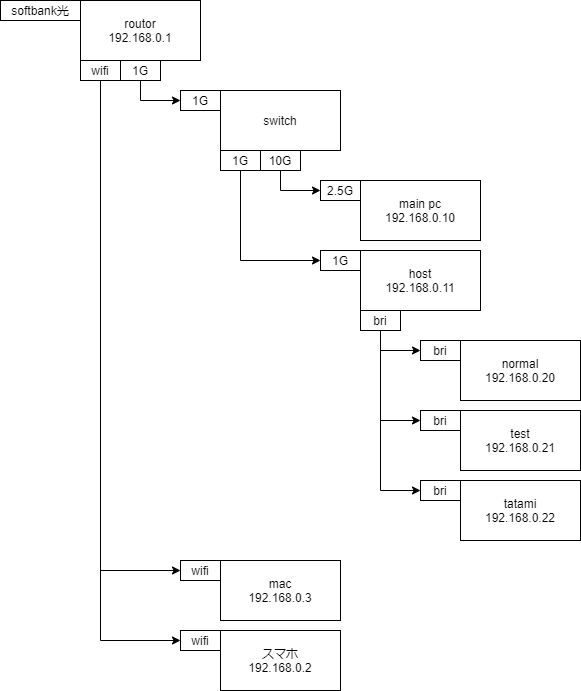
The draw.io diagram config/ipConfig.png in kigawa01/kigawa01, before a commit. Source tidied: cells renumbered, new cells last; positions are measured from the earlier drawing's top-left corner, leaving out a move shared by most shapes. Its diagram source:
```xml
<mxGraphModel>
  <root>
    <mxCell id="0" />
    <mxCell id="1" parent="0" />
    <mxCell id="2" style="edgeStyle=orthogonalEdgeStyle;rounded=0;jettySize=auto;html=1;exitX=0.5;exitY=1;exitDx=0;exitDy=0;entryX=0;entryY=0.5;entryDx=0;entryDy=0;" parent="1" edge="1" source="6" target="11">
      <mxGeometry relative="1" as="geometry" />
    </mxCell>
    <mxCell id="3" style="group;" parent="1" vertex="1">
      <mxGeometry x="80" width="120" height="80" as="geometry" />
    </mxCell>
    <mxCell id="4" value="routor&lt;br&gt;192.168.0.1" style="rounded=0;whiteSpace=wrap;html=1;" parent="3" vertex="1">
      <mxGeometry width="120" height="60" as="geometry" />
    </mxCell>
    <mxCell id="5" value="wifi" style="rounded=0;whiteSpace=wrap;html=1;" parent="3" vertex="1">
      <mxGeometry y="60" width="40" height="20" as="geometry" />
    </mxCell>
    <mxCell id="6" value="1G" style="rounded=0;whiteSpace=wrap;html=1;" parent="3" vertex="1">
      <mxGeometry x="40" y="60" width="40" height="20" as="geometry" />
    </mxCell>
    <mxCell id="7" style="edgeStyle=orthogonalEdgeStyle;rounded=0;jettySize=auto;html=1;exitX=0.5;exitY=1;exitDx=0;exitDy=0;entryX=0;entryY=0.5;entryDx=0;entryDy=0;" parent="1" edge="1" source="10" target="15">
      <mxGeometry relative="1" as="geometry" />
    </mxCell>
    <mxCell id="8" style="group;" parent="1" vertex="1">
      <mxGeometry x="180" y="90" width="160" height="80" as="geometry" />
    </mxCell>
    <mxCell id="9" value="1G" style="rounded=0;whiteSpace=wrap;html=1;" parent="8" vertex="1">
      <mxGeometry x="40" y="60" width="40" height="20" as="geometry" />
    </mxCell>
    <mxCell id="10" value="10G" style="rounded=0;whiteSpace=wrap;html=1;" parent="8" vertex="1">
      <mxGeometry x="80" y="60" width="40" height="20" as="geometry" />
    </mxCell>
    <mxCell id="11" value="1G" style="rounded=0;whiteSpace=wrap;html=1;" parent="8" vertex="1">
      <mxGeometry width="40" height="20" as="geometry" />
    </mxCell>
    <mxCell id="12" value="switch" style="rounded=0;whiteSpace=wrap;html=1;" parent="8" vertex="1">
      <mxGeometry x="40" width="120" height="60" as="geometry" />
    </mxCell>
    <mxCell id="13" style="group;" parent="1" vertex="1">
      <mxGeometry x="320" y="180" width="160" height="60" as="geometry" />
    </mxCell>
    <mxCell id="14" value="main pc&lt;br&gt;192.168.0.10" style="rounded=0;whiteSpace=wrap;html=1;" parent="13" vertex="1">
      <mxGeometry x="40" width="120" height="60" as="geometry" />
    </mxCell>
    <mxCell id="15" value="2.5G" style="rounded=0;whiteSpace=wrap;html=1;" parent="13" vertex="1">
      <mxGeometry width="40" height="20" as="geometry" />
    </mxCell>
    <mxCell id="16" style="edgeStyle=orthogonalEdgeStyle;rounded=0;jettySize=auto;html=1;exitX=0.5;exitY=1;exitDx=0;exitDy=0;entryX=0;entryY=0.5;entryDx=0;entryDy=0;" parent="1" edge="1" source="9" target="28">
      <mxGeometry relative="1" as="geometry" />
    </mxCell>
    <mxCell id="17" style="group;" parent="1" vertex="1">
      <mxGeometry x="180" y="560" width="160" height="60" as="geometry" />
    </mxCell>
    <mxCell id="18" value="mac&lt;br&gt;192.168.0.3" style="rounded=0;whiteSpace=wrap;html=1;" parent="17" vertex="1">
      <mxGeometry x="40" width="120" height="60" as="geometry" />
    </mxCell>
    <mxCell id="19" value="wifi" style="rounded=0;whiteSpace=wrap;html=1;" parent="17" vertex="1">
      <mxGeometry width="40" height="20" as="geometry" />
    </mxCell>
    <mxCell id="20" style="edgeStyle=orthogonalEdgeStyle;rounded=0;jettySize=auto;html=1;exitX=0.5;exitY=1;exitDx=0;exitDy=0;entryX=0;entryY=0.5;entryDx=0;entryDy=0;" parent="1" edge="1" source="5" target="19">
      <mxGeometry relative="1" as="geometry" />
    </mxCell>
    <mxCell id="21" style="group;" parent="1" vertex="1">
      <mxGeometry x="180" y="630" width="160" height="60" as="geometry" />
    </mxCell>
    <mxCell id="22" value="スマホ&lt;br&gt;192.168.0.2" style="rounded=0;whiteSpace=wrap;html=1;" parent="21" vertex="1">
      <mxGeometry x="40" width="120" height="60" as="geometry" />
    </mxCell>
    <mxCell id="23" value="wifi" style="rounded=0;whiteSpace=wrap;html=1;" parent="21" vertex="1">
      <mxGeometry width="40" height="20" as="geometry" />
    </mxCell>
    <mxCell id="24" style="edgeStyle=orthogonalEdgeStyle;rounded=0;jettySize=auto;html=1;exitX=0.5;exitY=1;exitDx=0;exitDy=0;entryX=0;entryY=0.5;entryDx=0;entryDy=0;" parent="1" edge="1" source="5" target="23">
      <mxGeometry relative="1" as="geometry" />
    </mxCell>
    <mxCell id="25" style="group;" parent="1" vertex="1">
      <mxGeometry x="320" y="250" width="160" height="80" as="geometry" />
    </mxCell>
    <mxCell id="26" style="group;" parent="25" vertex="1">
      <mxGeometry width="160" height="60" as="geometry" />
    </mxCell>
    <mxCell id="27" value="host&lt;br&gt;192.168.0.11" style="rounded=0;whiteSpace=wrap;html=1;" parent="26" vertex="1">
      <mxGeometry x="40" width="120" height="60" as="geometry" />
    </mxCell>
    <mxCell id="28" value="1G" style="rounded=0;whiteSpace=wrap;html=1;" parent="26" vertex="1">
      <mxGeometry width="40" height="20" as="geometry" />
    </mxCell>
    <mxCell id="29" value="bri" style="rounded=0;whiteSpace=wrap;html=1;" parent="25" vertex="1">
      <mxGeometry x="40" y="60" width="40" height="20" as="geometry" />
    </mxCell>
    <mxCell id="30" style="group;" parent="1" vertex="1">
      <mxGeometry x="420" y="340" width="160" height="60" as="geometry" />
    </mxCell>
    <mxCell id="31" value="normal&lt;br&gt;192.168.0.20" style="rounded=0;whiteSpace=wrap;html=1;" parent="30" vertex="1">
      <mxGeometry x="40" width="120" height="60" as="geometry" />
    </mxCell>
    <mxCell id="32" value="bri" style="rounded=0;whiteSpace=wrap;html=1;" parent="30" vertex="1">
      <mxGeometry width="40" height="20" as="geometry" />
    </mxCell>
    <mxCell id="33" style="edgeStyle=orthogonalEdgeStyle;rounded=0;jettySize=auto;html=1;exitX=0.5;exitY=1;exitDx=0;exitDy=0;entryX=0;entryY=0.5;entryDx=0;entryDy=0;" parent="1" edge="1" source="29" target="32">
      <mxGeometry relative="1" as="geometry" />
    </mxCell>
    <mxCell id="34" style="group;" parent="1" vertex="1">
      <mxGeometry x="420" y="410" width="160" height="60" as="geometry" />
    </mxCell>
    <mxCell id="35" value="test&lt;br&gt;192.168.0.21" style="rounded=0;whiteSpace=wrap;html=1;" parent="34" vertex="1">
      <mxGeometry x="40" width="120" height="60" as="geometry" />
    </mxCell>
    <mxCell id="36" value="bri" style="rounded=0;whiteSpace=wrap;html=1;" parent="34" vertex="1">
      <mxGeometry width="40" height="20" as="geometry" />
    </mxCell>
    <mxCell id="37" style="group;" parent="1" vertex="1">
      <mxGeometry x="420" y="480" width="160" height="60" as="geometry" />
    </mxCell>
    <mxCell id="38" value="tatami&lt;br&gt;192.168.0.22" style="rounded=0;whiteSpace=wrap;html=1;" parent="37" vertex="1">
      <mxGeometry x="40" width="120" height="60" as="geometry" />
    </mxCell>
    <mxCell id="39" value="bri" style="rounded=0;whiteSpace=wrap;html=1;" parent="37" vertex="1">
      <mxGeometry width="40" height="20" as="geometry" />
    </mxCell>
    <mxCell id="40" style="edgeStyle=orthogonalEdgeStyle;rounded=0;jettySize=auto;html=1;exitX=0.5;exitY=1;exitDx=0;exitDy=0;entryX=0;entryY=0.5;entryDx=0;entryDy=0;" parent="1" edge="1" source="29" target="36">
      <mxGeometry relative="1" as="geometry" />
    </mxCell>
    <mxCell id="41" style="edgeStyle=orthogonalEdgeStyle;rounded=0;jettySize=auto;html=1;exitX=0.5;exitY=1;exitDx=0;exitDy=0;entryX=0;entryY=0.5;entryDx=0;entryDy=0;" parent="1" edge="1" source="29" target="39">
      <mxGeometry relative="1" as="geometry" />
    </mxCell>
    <mxCell id="42" value="softbank光" style="rounded=0;whiteSpace=wrap;html=1;" parent="1" vertex="1">
      <mxGeometry width="80" height="20" as="geometry" />
    </mxCell>
  </root>
</mxGraphModel>
```
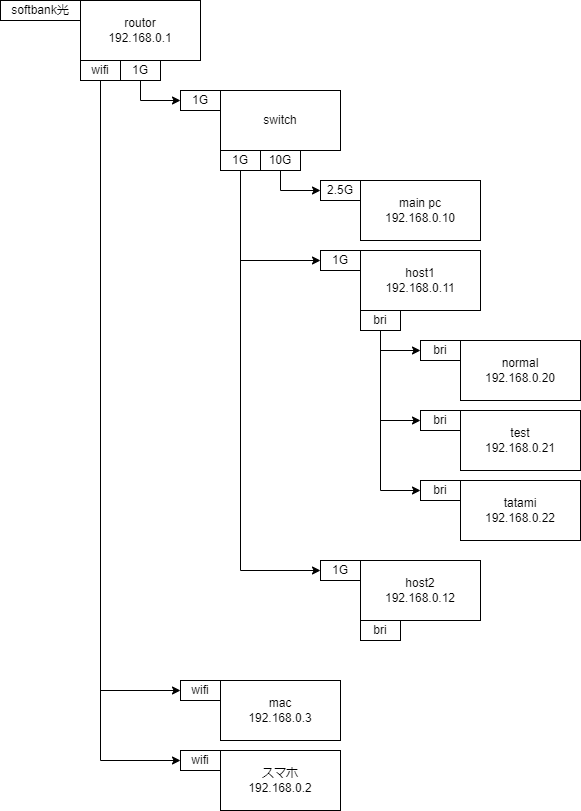
After the change.

Commit message:
feat(config): add host2

What changed in the source:
```diff
@@ -48,7 +48,7 @@
       <mxGeometry relative="1" as="geometry" />
     </mxCell>
     <mxCell id="17" style="group;" parent="1" vertex="1">
-      <mxGeometry x="180" y="560" width="160" height="60" as="geometry" />
+      <mxGeometry x="180" y="680" width="160" height="60" as="geometry" />
     </mxCell>
     <mxCell id="18" value="mac&lt;br&gt;192.168.0.3" style="rounded=0;whiteSpace=wrap;html=1;" parent="17" vertex="1">
       <mxGeometry x="40" width="120" height="60" as="geometry" />
@@ -60,7 +60,7 @@
       <mxGeometry relative="1" as="geometry" />
     </mxCell>
     <mxCell id="21" style="group;" parent="1" vertex="1">
-      <mxGeometry x="180" y="630" width="160" height="60" as="geometry" />
+      <mxGeometry x="180" y="750" width="160" height="60" as="geometry" />
     </mxCell>
     <mxCell id="22" value="スマホ&lt;br&gt;192.168.0.2" style="rounded=0;whiteSpace=wrap;html=1;" parent="21" vertex="1">
       <mxGeometry x="40" width="120" height="60" as="geometry" />
@@ -77,7 +77,7 @@
     <mxCell id="26" style="group;" parent="25" vertex="1">
       <mxGeometry width="160" height="60" as="geometry" />
     </mxCell>
-    <mxCell id="27" value="host&lt;br&gt;192.168.0.11" style="rounded=0;whiteSpace=wrap;html=1;" parent="26" vertex="1">
+    <mxCell id="27" value="host1&lt;br&gt;192.168.0.11" style="rounded=0;whiteSpace=wrap;html=1;" parent="26" vertex="1">
       <mxGeometry x="40" width="120" height="60" as="geometry" />
     </mxCell>
     <mxCell id="28" value="1G" style="rounded=0;whiteSpace=wrap;html=1;" parent="26" vertex="1">
@@ -125,5 +125,23 @@
     <mxCell id="42" value="softbank光" style="rounded=0;whiteSpace=wrap;html=1;" parent="1" vertex="1">
       <mxGeometry width="80" height="20" as="geometry" />
     </mxCell>
+    <mxCell id="43" style="group;" parent="1" vertex="1">
+      <mxGeometry x="320" y="560" width="160" height="80" as="geometry" />
+    </mxCell>
+    <mxCell id="44" style="group;" parent="43" vertex="1">
+      <mxGeometry width="160" height="60" as="geometry" />
+    </mxCell>
+    <mxCell id="45" value="host2&lt;br&gt;192.168.0.12" style="rounded=0;whiteSpace=wrap;html=1;" parent="44" vertex="1">
+      <mxGeometry x="40" width="120" height="60" as="geometry" />
+    </mxCell>
+    <mxCell id="46" value="1G" style="rounded=0;whiteSpace=wrap;html=1;" parent="44" vertex="1">
+      <mxGeometry width="40" height="20" as="geometry" />
+    </mxCell>
+    <mxCell id="47" value="bri" style="rounded=0;whiteSpace=wrap;html=1;" parent="43" vertex="1">
+      <mxGeometry x="40" y="60" width="40" height="20" as="geometry" />
+    </mxCell>
+    <mxCell id="48" style="edgeStyle=orthogonalEdgeStyle;rounded=0;jettySize=auto;html=1;exitX=0.5;exitY=1;exitDx=0;exitDy=0;entryX=0;entryY=0.5;entryDx=0;entryDy=0;" parent="1" edge="1" source="9" target="46">
+      <mxGeometry relative="1" as="geometry" />
+    </mxCell>
   </root>
 </mxGraphModel>
```
